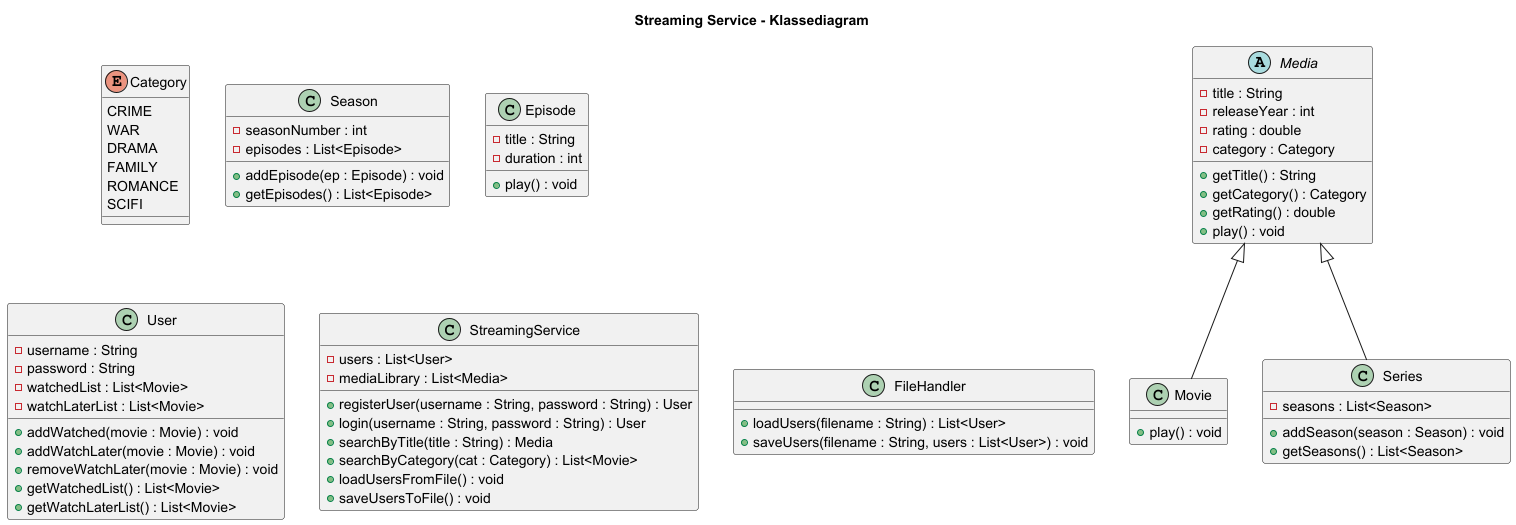
Earlier version of the PlantUML export SP3 opgave/doc/Classdiagram-Streaming_Service___Klassediagram.png (Nakatina/SP-3-school-project). Its diagram source:
```plantuml
@startuml
title Streaming Service - Klassediagram

enum Category {
  CRIME
  WAR
  DRAMA
  FAMILY
  ROMANCE
  SCIFI
}

abstract class Media {
  - title : String
  - releaseYear : int
  - rating : double
  - category : Category
  + getTitle() : String
  + getCategory() : Category
  + getRating() : double
  + play() : void
}

class Movie extends Media {
  + play() : void
}

class Series extends Media {
  - seasons : List<Season>
  + addSeason(season : Season) : void
  + getSeasons() : List<Season>
}

class Season {
  - seasonNumber : int
  - episodes : List<Episode>
  + addEpisode(ep : Episode) : void
  + getEpisodes() : List<Episode>
}

class Episode {
  - title : String
  - duration : int
  + play() : void
}

class User {
  - username : String
  - password : String
  - watchedList : List<Movie>
  - watchLaterList : List<Movie>
  + addWatched(movie : Movie) : void
  + addWatchLater(movie : Movie) : void
  + removeWatchLater(movie : Movie) : void
  + getWatchedList() : List<Movie>
  + getWatchLaterList() : List<Movie>
}

class StreamingService {
  - users : List<User>
  - mediaLibrary : List<Media>
  + registerUser(username : String, password : String) : User
  + login(username : String, password : String) : User
  + searchByTitle(title : String) : Media
  + searchByCategory(cat : Category) : List<Movie>
  + loadUsersFromFile() : void
  + saveUsersToFile() : void
}

class FileHandler {
  + loadUsers(filename : String) : List<User>
  + saveUsers(filename : String, users : List<User>) : void
}
@enduml
```
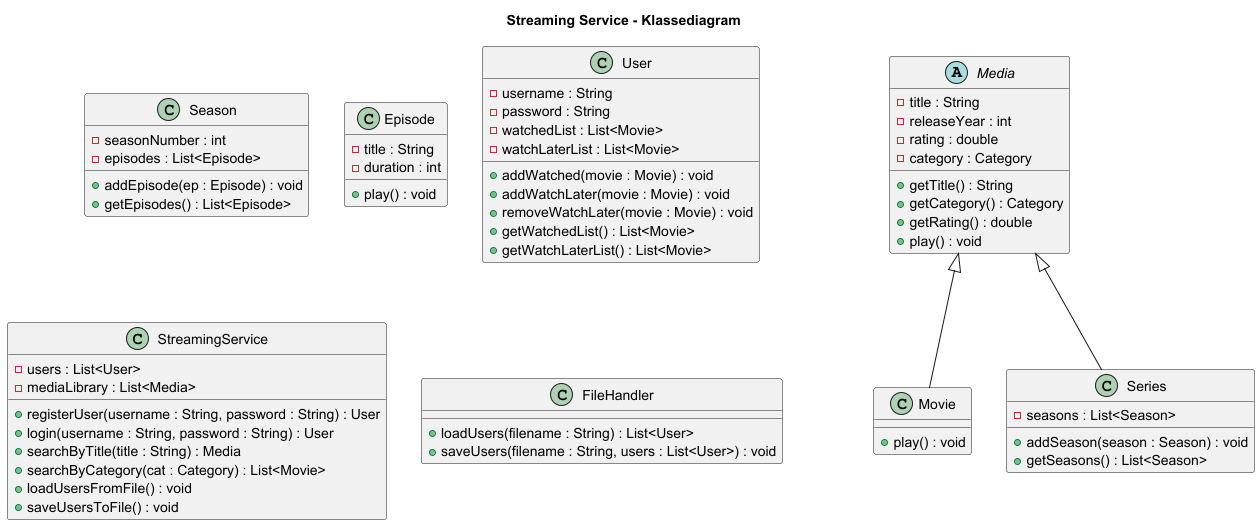
The same file after the commit.

Diff of the diagram source:
```diff
@@ -1,14 +1,5 @@
 @startuml
 title Streaming Service - Klassediagram
-
-enum Category {
-  CRIME
-  WAR
-  DRAMA
-  FAMILY
-  ROMANCE
-  SCIFI
-}
 
 abstract class Media {
   - title : String
```
